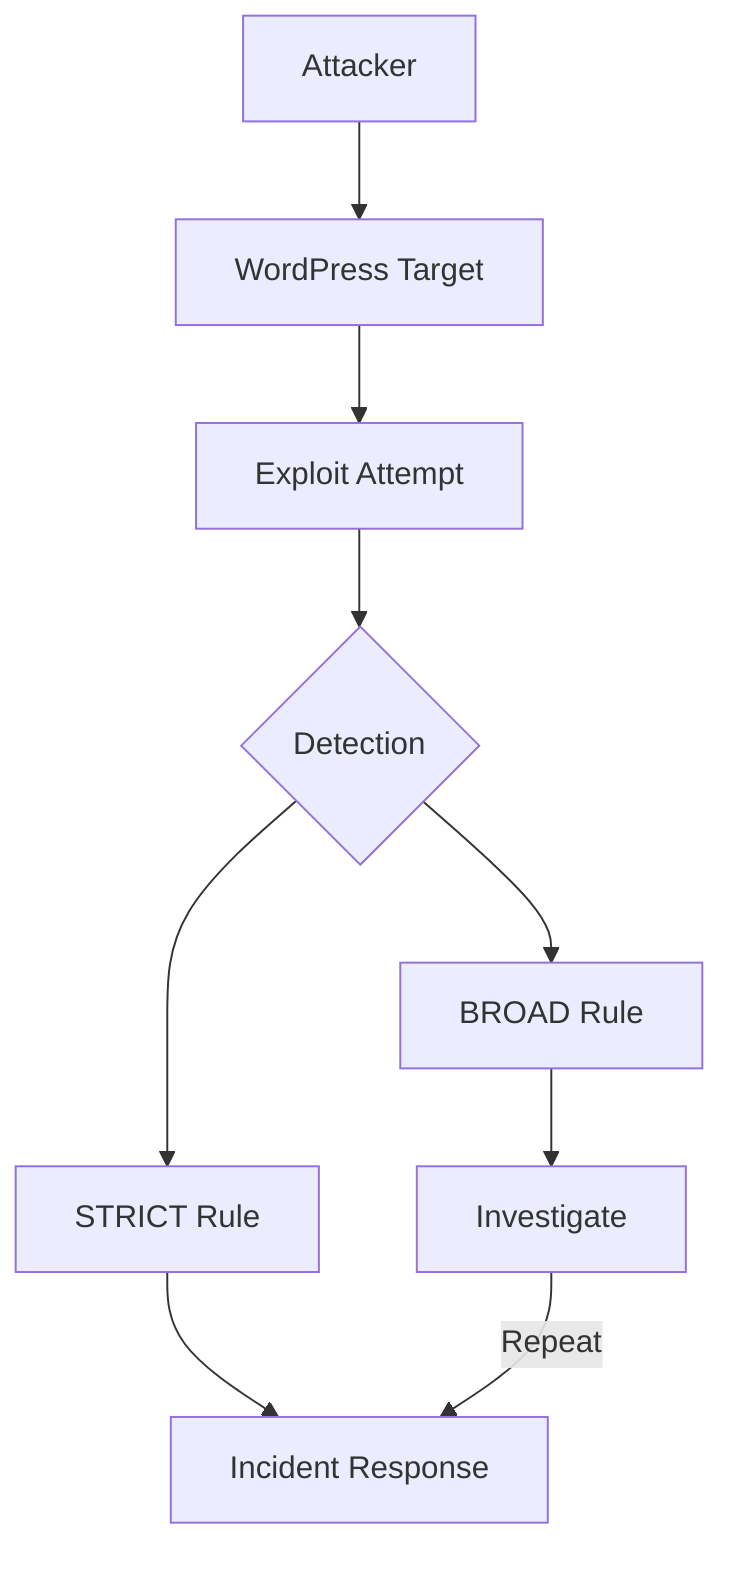
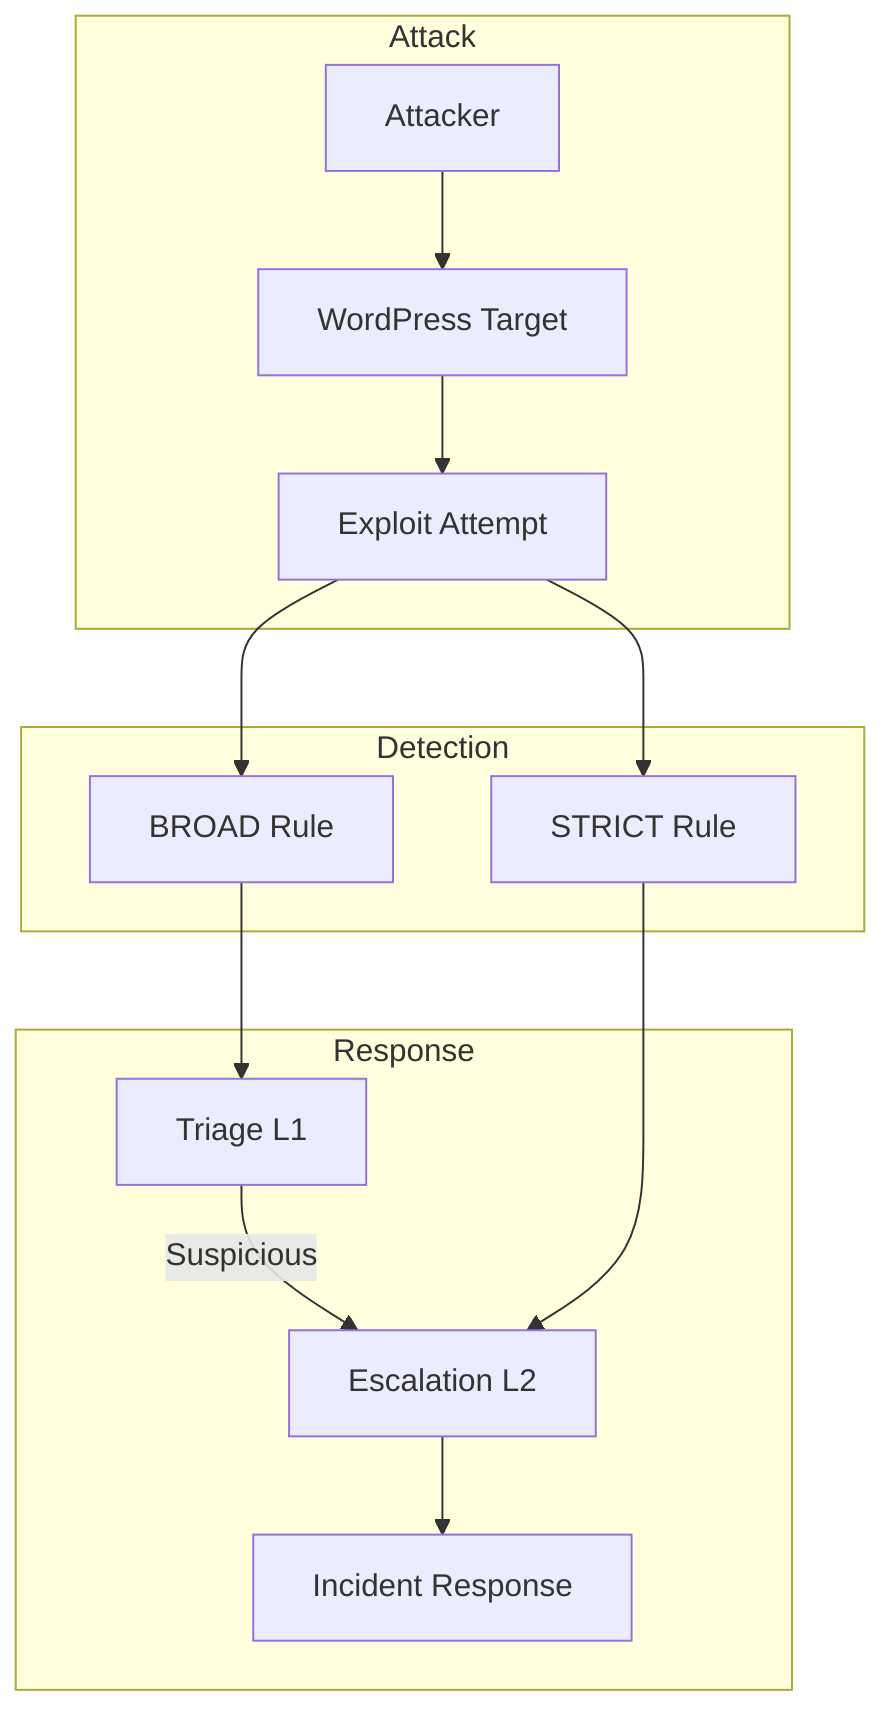
flowchart TD
- A[Attacker] --> B[WordPress Target]
- B --> C[Exploit Attempt]
- C --> D{Detection}

- D --> E[BROAD Rule]
- D --> F[STRICT Rule]
+     subgraph Attack
+         A[Attacker]
+         B[WordPress Target]
+         C[Exploit Attempt]
+     end

- E --> G[Investigate]
- F --> H[Incident Response]
+     subgraph Detection
+         D[BROAD Rule]
+         E[STRICT Rule]
+     end

- G -->|Repeat| H
+     subgraph Response
+         F[Triage L1]
+         G[Escalation L2]
+         H[Incident Response]
+     end
+ 
+     A --> B --> C
+     C --> D
+     C --> E
+ 
+     D --> F
+     F -->|Suspicious| G
+     E --> G
+ 
+     G --> H
